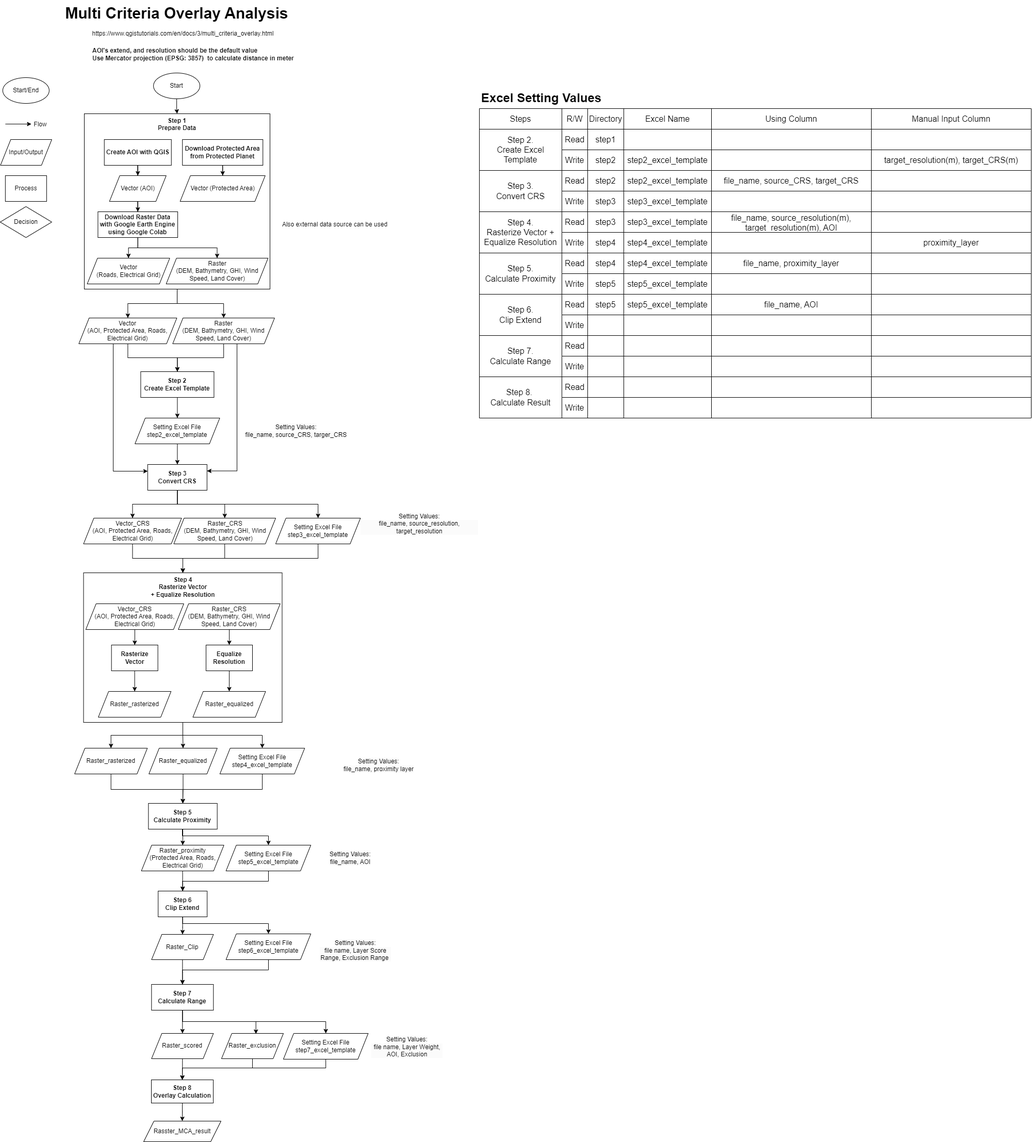
Before: flowchart.png, a diagram exported from draw.io (chungkang/MCA). Source tidied: cells renumbered, new cells last; positions are measured from the earlier drawing's top-left corner, leaving out a move shared by most shapes.
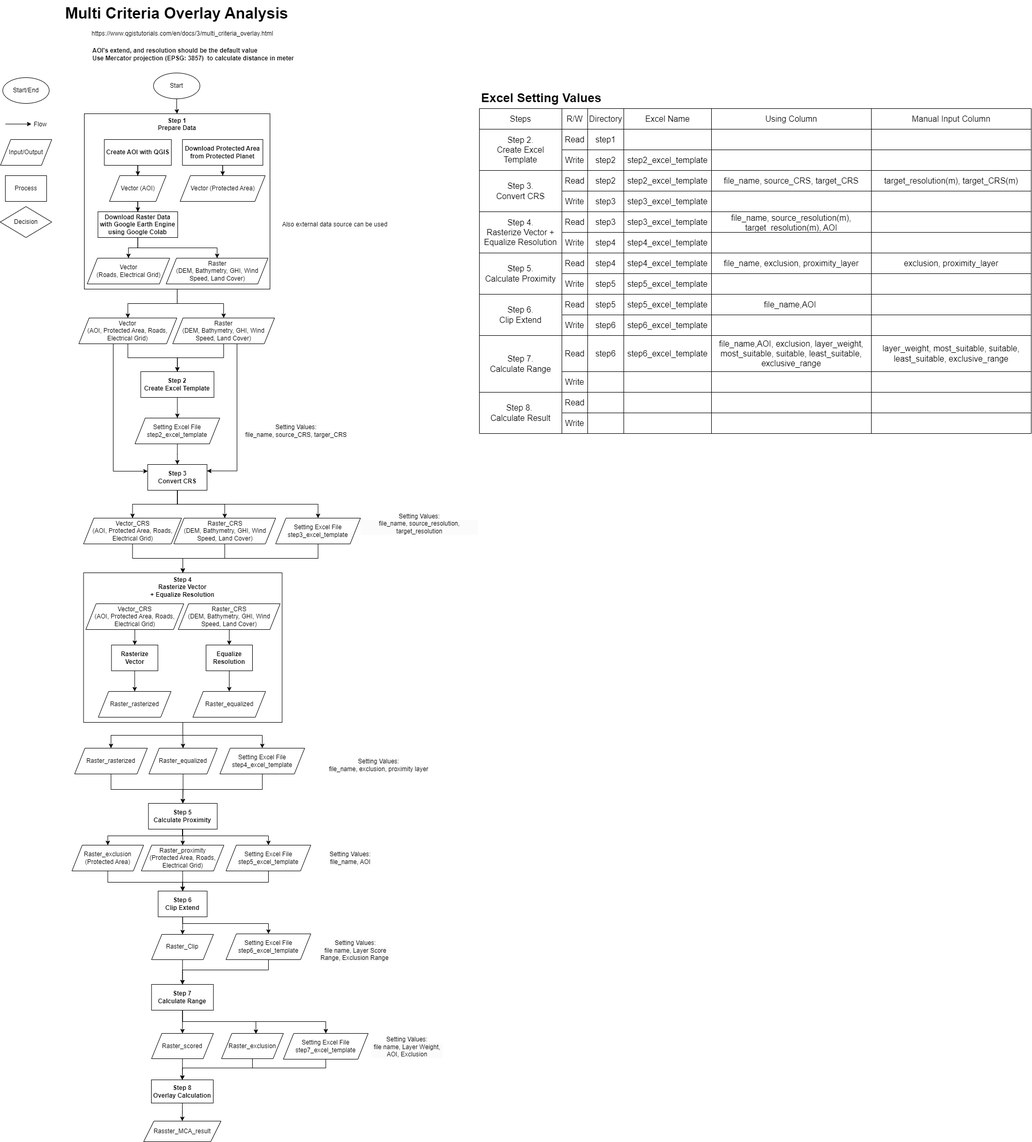
Above is the later version.

Change to the diagram source:
```diff
@@ -183,2 +183,10 @@
     </mxCell>
+    <mxCell id="202" style="edgeStyle=orthogonalEdgeStyle;rounded=0;jettySize=auto;html=1;entryX=0.5;entryY=0;entryDx=0;entryDy=0;" parent="1" edge="1" source="54" target="204">
+      <mxGeometry relative="1" as="geometry">
+        <Array as="points">
+          <mxPoint x="354" y="1620" />
+          <mxPoint x="208" y="1620" />
+        </Array>
+      </mxGeometry>
+    </mxCell>
     <mxCell id="54" value="Step 5&lt;br&gt;Calculate Proximity" style="rounded=0;whiteSpace=wrap;html=1;fontStyle=1;" parent="1" vertex="1">
@@ -240,3 +248,3 @@
     <mxCell id="71" style="shape=table;startSize=0;fontSize=16;" parent="1" vertex="1">
-      <mxGeometry x="929" y="210" width="1070" height="600" as="geometry" />
+      <mxGeometry x="929" y="210" width="1070" height="630" as="geometry" />
     </mxCell>
@@ -299,3 +307,3 @@
     </mxCell>
-    <mxCell id="91" value="target_resolution(m), target_CRS(m)" style="shape=partialRectangle;html=1;whiteSpace=wrap;strokeColor=inherit;overflow=hidden;fillColor=none;top=0;left=0;bottom=0;right=0;fontSize=16;" parent="86" vertex="1">
+    <mxCell id="91" style="shape=partialRectangle;html=1;whiteSpace=wrap;strokeColor=inherit;overflow=hidden;fillColor=none;top=0;left=0;bottom=0;right=0;fontSize=16;" parent="86" vertex="1">
       <mxGeometry x="760" width="310" height="40" as="geometry" />
@@ -320,3 +328,3 @@
     </mxCell>
-    <mxCell id="98" style="shape=partialRectangle;html=1;whiteSpace=wrap;strokeColor=inherit;overflow=hidden;fillColor=none;top=0;left=0;bottom=0;right=0;fontSize=16;" parent="92" vertex="1">
+    <mxCell id="98" value="target_resolution(m), target_CRS(m)" style="shape=partialRectangle;html=1;whiteSpace=wrap;strokeColor=inherit;overflow=hidden;fillColor=none;top=0;left=0;bottom=0;right=0;fontSize=16;" parent="92" vertex="1">
       <mxGeometry x="760" width="310" height="40" as="geometry" />
@@ -377,3 +385,3 @@
     </mxCell>
-    <mxCell id="117" value="proximity_layer" style="shape=partialRectangle;html=1;whiteSpace=wrap;strokeColor=inherit;overflow=hidden;fillColor=none;top=0;left=0;bottom=0;right=0;fontSize=16;" parent="112" vertex="1">
+    <mxCell id="117" style="shape=partialRectangle;html=1;whiteSpace=wrap;strokeColor=inherit;overflow=hidden;fillColor=none;top=0;left=0;bottom=0;right=0;fontSize=16;" parent="112" vertex="1">
       <mxGeometry x="760" width="310" height="40" as="geometry" />
@@ -395,6 +403,6 @@
     </mxCell>
-    <mxCell id="123" value="file_name, proximity_layer" style="shape=partialRectangle;html=1;whiteSpace=wrap;strokeColor=inherit;overflow=hidden;fillColor=none;top=0;left=0;bottom=0;right=0;fontSize=16;" parent="118" vertex="1">
+    <mxCell id="123" value="file_name, exclusion, proximity_layer" style="shape=partialRectangle;html=1;whiteSpace=wrap;strokeColor=inherit;overflow=hidden;fillColor=none;top=0;left=0;bottom=0;right=0;fontSize=16;" parent="118" vertex="1">
       <mxGeometry x="450" width="310" height="40" as="geometry" />
     </mxCell>
-    <mxCell id="124" style="shape=partialRectangle;html=1;whiteSpace=wrap;strokeColor=inherit;overflow=hidden;fillColor=none;top=0;left=0;bottom=0;right=0;fontSize=16;" parent="118" vertex="1">
+    <mxCell id="124" value="exclusion, proximity_layer" style="shape=partialRectangle;html=1;whiteSpace=wrap;strokeColor=inherit;overflow=hidden;fillColor=none;top=0;left=0;bottom=0;right=0;fontSize=16;" parent="118" vertex="1">
       <mxGeometry x="760" width="310" height="40" as="geometry" />
@@ -434,3 +442,3 @@
     </mxCell>
-    <mxCell id="136" value="file_name, AOI" style="shape=partialRectangle;html=1;whiteSpace=wrap;strokeColor=inherit;overflow=hidden;fillColor=none;top=0;left=0;bottom=0;right=0;fontSize=16;" parent="131" vertex="1">
+    <mxCell id="136" value="file_name,AOI&amp;nbsp;" style="shape=partialRectangle;html=1;whiteSpace=wrap;strokeColor=inherit;overflow=hidden;fillColor=none;top=0;left=0;bottom=0;right=0;fontSize=16;" parent="131" vertex="1">
       <mxGeometry x="450" width="310" height="40" as="geometry" />
@@ -446,6 +454,6 @@
     </mxCell>
-    <mxCell id="140" style="shape=partialRectangle;html=1;whiteSpace=wrap;strokeColor=inherit;overflow=hidden;fillColor=none;top=0;left=0;bottom=0;right=0;fontSize=16;" parent="138" vertex="1">
+    <mxCell id="140" value="step6" style="shape=partialRectangle;html=1;whiteSpace=wrap;strokeColor=inherit;overflow=hidden;fillColor=none;top=0;left=0;bottom=0;right=0;fontSize=16;" parent="138" vertex="1">
       <mxGeometry x="210" width="70" height="40" as="geometry" />
     </mxCell>
-    <mxCell id="141" style="shape=partialRectangle;html=1;whiteSpace=wrap;strokeColor=inherit;overflow=hidden;fillColor=none;top=0;left=0;bottom=0;right=0;fontSize=16;" parent="138" vertex="1">
+    <mxCell id="141" value="step6_excel_template" style="shape=partialRectangle;html=1;whiteSpace=wrap;strokeColor=inherit;overflow=hidden;fillColor=none;top=0;left=0;bottom=0;right=0;fontSize=16;" parent="138" vertex="1">
       <mxGeometry x="280" width="170" height="40" as="geometry" />
@@ -459,24 +467,24 @@
     <mxCell id="144" style="shape=tableRow;horizontal=0;startSize=0;swimlaneHead=0;swimlaneBody=0;strokeColor=inherit;top=0;left=0;bottom=0;right=0;fillColor=none;fontSize=16;" parent="71" vertex="1">
-      <mxGeometry y="440" width="1070" height="40" as="geometry" />
+      <mxGeometry y="440" width="1070" height="70" as="geometry" />
     </mxCell>
     <mxCell id="145" value="Step 7.&lt;br&gt;Calculate Range" style="shape=partialRectangle;html=1;whiteSpace=wrap;strokeColor=inherit;overflow=hidden;fillColor=none;top=0;left=0;bottom=0;right=0;fontSize=16;rowspan=2;colspan=1;" parent="144" vertex="1">
-      <mxGeometry width="160" height="80" as="geometry" />
+      <mxGeometry width="160" height="110" as="geometry" />
     </mxCell>
     <mxCell id="146" value="Read" style="shape=partialRectangle;html=1;whiteSpace=wrap;strokeColor=inherit;overflow=hidden;fillColor=none;top=0;left=0;bottom=0;right=0;fontSize=16;" parent="144" vertex="1">
-      <mxGeometry x="160" width="50" height="40" as="geometry" />
+      <mxGeometry x="160" width="50" height="70" as="geometry" />
     </mxCell>
-    <mxCell id="147" style="shape=partialRectangle;html=1;whiteSpace=wrap;strokeColor=inherit;overflow=hidden;fillColor=none;top=0;left=0;bottom=0;right=0;fontSize=16;" parent="144" vertex="1">
-      <mxGeometry x="210" width="70" height="40" as="geometry" />
+    <mxCell id="147" value="step6" style="shape=partialRectangle;html=1;whiteSpace=wrap;strokeColor=inherit;overflow=hidden;fillColor=none;top=0;left=0;bottom=0;right=0;fontSize=16;" parent="144" vertex="1">
+      <mxGeometry x="210" width="70" height="70" as="geometry" />
     </mxCell>
-    <mxCell id="148" style="shape=partialRectangle;html=1;whiteSpace=wrap;strokeColor=inherit;overflow=hidden;fillColor=none;top=0;left=0;bottom=0;right=0;fontSize=16;" parent="144" vertex="1">
-      <mxGeometry x="280" width="170" height="40" as="geometry" />
+    <mxCell id="148" value="step6_excel_template" style="shape=partialRectangle;html=1;whiteSpace=wrap;strokeColor=inherit;overflow=hidden;fillColor=none;top=0;left=0;bottom=0;right=0;fontSize=16;" parent="144" vertex="1">
+      <mxGeometry x="280" width="170" height="70" as="geometry" />
     </mxCell>
-    <mxCell id="149" style="shape=partialRectangle;html=1;whiteSpace=wrap;strokeColor=inherit;overflow=hidden;fillColor=none;top=0;left=0;bottom=0;right=0;fontSize=16;" parent="144" vertex="1">
-      <mxGeometry x="450" width="310" height="40" as="geometry" />
+    <mxCell id="149" value="file_name,AOI, exclusion, layer_weight,&lt;br style=&quot;border-color: var(--border-color);&quot;&gt;most_suitable, suitable, least_suitable, exclusive_range" style="shape=partialRectangle;html=1;whiteSpace=wrap;strokeColor=inherit;overflow=hidden;fillColor=none;top=0;left=0;bottom=0;right=0;fontSize=16;" parent="144" vertex="1">
+      <mxGeometry x="450" width="310" height="70" as="geometry" />
     </mxCell>
-    <mxCell id="150" style="shape=partialRectangle;html=1;whiteSpace=wrap;strokeColor=inherit;overflow=hidden;fillColor=none;top=0;left=0;bottom=0;right=0;fontSize=16;" parent="144" vertex="1">
-      <mxGeometry x="760" width="310" height="40" as="geometry" />
+    <mxCell id="150" value="layer_weight, most_suitable, suitable, least_suitable, exclusive_range" style="shape=partialRectangle;html=1;whiteSpace=wrap;strokeColor=inherit;overflow=hidden;fillColor=none;top=0;left=0;bottom=0;right=0;fontSize=16;" parent="144" vertex="1">
+      <mxGeometry x="760" width="310" height="70" as="geometry" />
     </mxCell>
     <mxCell id="151" style="shape=tableRow;horizontal=0;startSize=0;swimlaneHead=0;swimlaneBody=0;strokeColor=inherit;top=0;left=0;bottom=0;right=0;fillColor=none;fontSize=16;" parent="71" vertex="1">
-      <mxGeometry y="480" width="1070" height="40" as="geometry" />
+      <mxGeometry y="510" width="1070" height="40" as="geometry" />
     </mxCell>
@@ -498,3 +506,3 @@
     <mxCell id="157" style="shape=tableRow;horizontal=0;startSize=0;swimlaneHead=0;swimlaneBody=0;strokeColor=inherit;top=0;left=0;bottom=0;right=0;fillColor=none;fontSize=16;" parent="71" vertex="1">
-      <mxGeometry y="520" width="1070" height="40" as="geometry" />
+      <mxGeometry y="550" width="1070" height="40" as="geometry" />
     </mxCell>
@@ -519,3 +527,3 @@
     <mxCell id="164" style="shape=tableRow;horizontal=0;startSize=0;swimlaneHead=0;swimlaneBody=0;strokeColor=inherit;top=0;left=0;bottom=0;right=0;fillColor=none;fontSize=16;" parent="71" vertex="1">
-      <mxGeometry y="560" width="1070" height="40" as="geometry" />
+      <mxGeometry y="590" width="1070" height="40" as="geometry" />
     </mxCell>
@@ -583,4 +591,4 @@
         <Array as="points">
-          <mxPoint x="520" y="1708" />
-          <mxPoint x="353" y="1708" />
+          <mxPoint x="520" y="1710" />
+          <mxPoint x="354" y="1710" />
         </Array>
@@ -602,3 +610,3 @@
     </mxCell>
-    <mxCell id="187" value="&lt;span style=&quot;color: rgb(0, 0, 0); font-family: Helvetica; font-size: 12px; font-style: normal; font-variant-ligatures: normal; font-variant-caps: normal; font-weight: 400; letter-spacing: normal; orphans: 2; text-align: center; text-indent: 0px; text-transform: none; widows: 2; word-spacing: 0px; -webkit-text-stroke-width: 0px; background-color: rgb(251, 251, 251); text-decoration-thickness: initial; text-decoration-style: initial; text-decoration-color: initial; float: none; display: inline !important;&quot;&gt;Setting Values:&lt;/span&gt;&lt;br style=&quot;border-color: var(--border-color); color: rgb(0, 0, 0); font-family: Helvetica; font-size: 12px; font-style: normal; font-variant-ligatures: normal; font-variant-caps: normal; font-weight: 400; letter-spacing: normal; orphans: 2; text-align: center; text-indent: 0px; text-transform: none; widows: 2; word-spacing: 0px; -webkit-text-stroke-width: 0px; background-color: rgb(251, 251, 251); text-decoration-thickness: initial; text-decoration-style: initial; text-decoration-color: initial;&quot;&gt;&lt;div style=&quot;border-color: var(--border-color); color: rgb(0, 0, 0); font-family: Helvetica; font-size: 12px; font-style: normal; font-variant-ligatures: normal; font-variant-caps: normal; font-weight: 400; letter-spacing: normal; orphans: 2; text-align: center; text-indent: 0px; text-transform: none; widows: 2; word-spacing: 0px; -webkit-text-stroke-width: 0px; background-color: rgb(251, 251, 251); text-decoration-thickness: initial; text-decoration-style: initial; text-decoration-color: initial;&quot;&gt;&lt;span style=&quot;border-color: var(--border-color); background-color: initial;&quot;&gt;file_name, proximity layer&lt;/span&gt;&lt;/div&gt;" style="text;html=1;strokeColor=none;fillColor=none;align=center;verticalAlign=middle;whiteSpace=wrap;rounded=0;" parent="1" vertex="1">
+    <mxCell id="187" value="&lt;span style=&quot;color: rgb(0, 0, 0); font-family: Helvetica; font-size: 12px; font-style: normal; font-variant-ligatures: normal; font-variant-caps: normal; font-weight: 400; letter-spacing: normal; orphans: 2; text-align: center; text-indent: 0px; text-transform: none; widows: 2; word-spacing: 0px; -webkit-text-stroke-width: 0px; background-color: rgb(251, 251, 251); text-decoration-thickness: initial; text-decoration-style: initial; text-decoration-color: initial; float: none; display: inline !important;&quot;&gt;Setting Values:&lt;/span&gt;&lt;br style=&quot;border-color: var(--border-color); color: rgb(0, 0, 0); font-family: Helvetica; font-size: 12px; font-style: normal; font-variant-ligatures: normal; font-variant-caps: normal; font-weight: 400; letter-spacing: normal; orphans: 2; text-align: center; text-indent: 0px; text-transform: none; widows: 2; word-spacing: 0px; -webkit-text-stroke-width: 0px; background-color: rgb(251, 251, 251); text-decoration-thickness: initial; text-decoration-style: initial; text-decoration-color: initial;&quot;&gt;&lt;div style=&quot;border-color: var(--border-color); color: rgb(0, 0, 0); font-family: Helvetica; font-size: 12px; font-style: normal; font-variant-ligatures: normal; font-variant-caps: normal; font-weight: 400; letter-spacing: normal; orphans: 2; text-align: center; text-indent: 0px; text-transform: none; widows: 2; word-spacing: 0px; -webkit-text-stroke-width: 0px; background-color: rgb(251, 251, 251); text-decoration-thickness: initial; text-decoration-style: initial; text-decoration-color: initial;&quot;&gt;&lt;span style=&quot;border-color: var(--border-color); background-color: initial;&quot;&gt;file_name, exclusion, proximity layer&lt;/span&gt;&lt;/div&gt;" style="text;html=1;strokeColor=none;fillColor=none;align=center;verticalAlign=middle;whiteSpace=wrap;rounded=0;" parent="1" vertex="1">
       <mxGeometry x="619" y="1458" width="230" height="50" as="geometry" />
@@ -667,2 +675,13 @@
     </mxCell>
+    <mxCell id="203" style="edgeStyle=orthogonalEdgeStyle;rounded=0;jettySize=auto;html=1;entryX=0.5;entryY=0;entryDx=0;entryDy=0;" parent="1" edge="1" source="204" target="67">
+      <mxGeometry relative="1" as="geometry">
+        <Array as="points">
+          <mxPoint x="208" y="1710" />
+          <mxPoint x="354" y="1710" />
+        </Array>
+      </mxGeometry>
+    </mxCell>
+    <mxCell id="204" value="Raster_exclusion&lt;br&gt;(Protected Area)" style="shape=parallelogram;perimeter=parallelogramPerimeter;whiteSpace=wrap;html=1;fixedSize=1;" parent="1" vertex="1">
+      <mxGeometry x="139" y="1638" width="139" height="50" as="geometry" />
+    </mxCell>
   </root>
```
